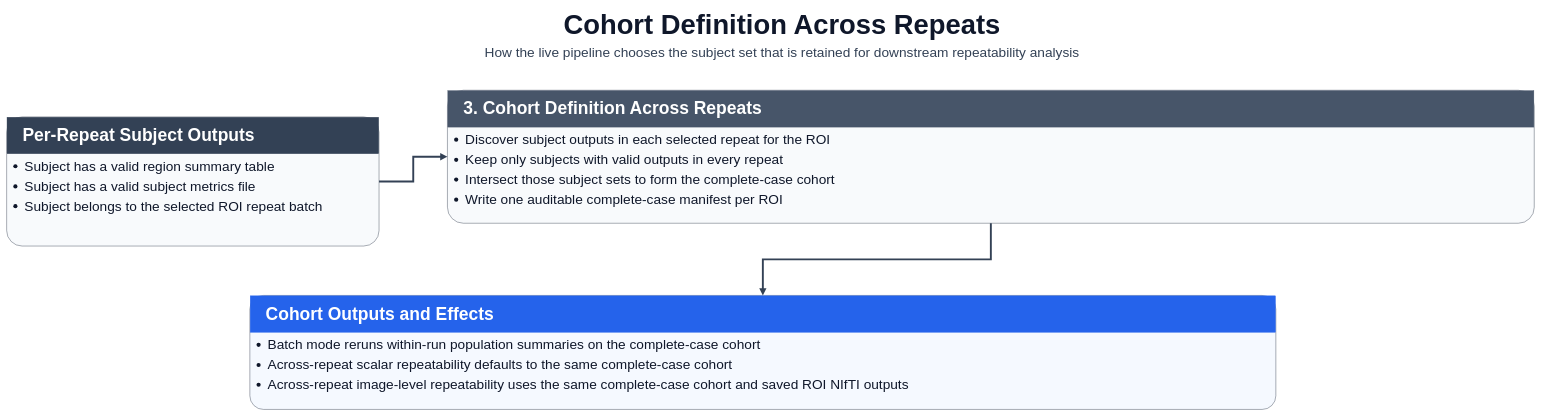
The draw.io diagram SimNIBS/Scripts/CamCan_Experiment/docs/post_pipeline_metric_flowchart_cohort_definition_across_repeats.drawio in DFrogBinder/TI_Pipeline, before the edit. Source tidied: cells renumbered, new cells numbered last; positions are measured from the earlier drawing's top-left corner, leaving out a move shared by most shapes. Both pictures are drawn from the tidied source at 38%, with x=0, y=0 at pixel (6, 6).
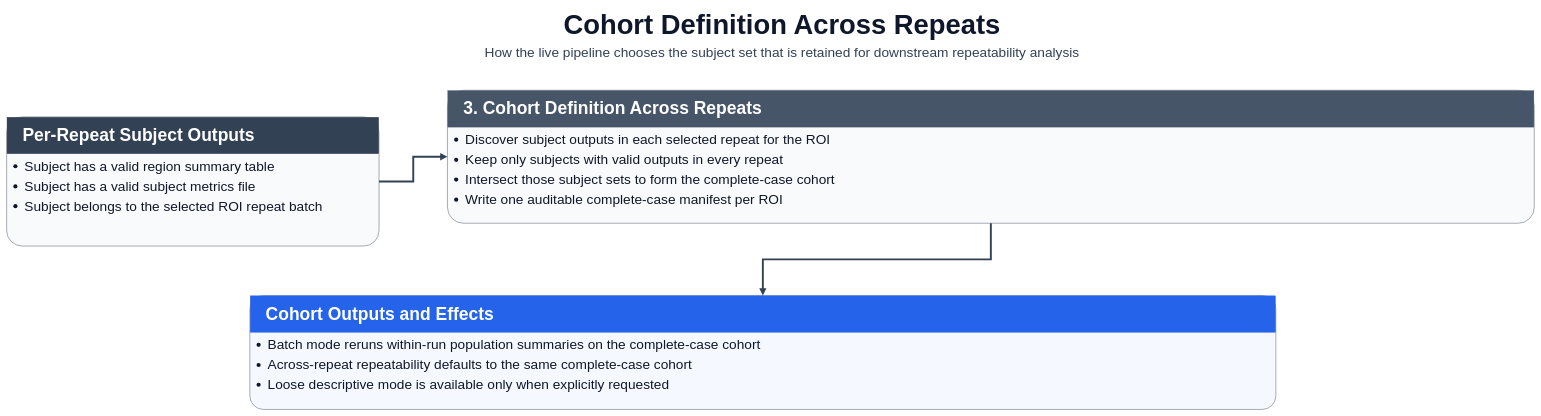
The same page after the edit.

Commit message (it also covers changes not shown here):
various edits to the flowchart

Change to the diagram source:
```diff
@@
 <mxGraphModel>
   <root>
     <mxCell id="0" />
     <mxCell id="1" parent="0" />
     <mxCell id="2" value="Cohort Definition Across Repeats" style="text;html=1;strokeColor=none;fillColor=none;align=center;verticalAlign=middle;fontSize=72;fontStyle=1;fontColor=#0F172A;" parent="1" vertex="1">
       <mxGeometry x="200" width="3680" height="96" as="geometry" />
     </mxCell>
     <mxCell id="3" value="How the live pipeline chooses the subject set that is retained for downstream repeatability analysis" style="text;html=1;strokeColor=none;fillColor=none;align=center;verticalAlign=middle;fontSize=36;fontColor=#334155;" parent="1" vertex="1">
       <mxGeometry x="100" y="92" width="3880" height="56" as="geometry" />
     </mxCell>
     <mxCell id="4" style="rounded=1;arcSize=12;whiteSpace=wrap;html=1;fillColor=#F8FAFC;strokeColor=#1E293B;" parent="1" vertex="1">
       <mxGeometry y="290" width="980" height="340" as="geometry" />
     </mxCell>
     <mxCell id="5" style="rounded=0;whiteSpace=wrap;html=1;fillColor=#334155;strokeColor=#334155;" parent="1" vertex="1">
       <mxGeometry x="1" y="291" width="978" height="96" as="geometry" />
     </mxCell>
     <mxCell id="6" value="Per-Repeat Subject Outputs" style="text;html=1;strokeColor=none;fillColor=none;align=left;verticalAlign=middle;spacingLeft=30;fontSize=46;fontStyle=1;fontColor=#FFFFFF;" parent="1" vertex="1">
       <mxGeometry x="10" y="308" width="960" height="60" as="geometry" />
     </mxCell>
     <mxCell id="7" value="&lt;div style='font-size:36px;line-height:1.24;color:#0F172A;'&gt;&lt;ul style='margin:4px 0 0 22px;padding-left:24px;'&gt;&lt;li style='margin:0 0 8px 0;'&gt;Subject has a valid region summary table&lt;/li&gt;&lt;li style='margin:0 0 8px 0;'&gt;Subject has a valid subject metrics file&lt;/li&gt;&lt;li style='margin:0 0 8px 0;'&gt;Subject belongs to the selected ROI repeat batch&lt;/li&gt;&lt;/ul&gt;&lt;/div&gt;" style="text;html=1;whiteSpace=wrap;align=left;verticalAlign=top;spacingLeft=24;spacingRight=24;spacingTop=14;strokeColor=none;fillColor=none;fontSize=36;fontColor=#0F172A;overflow=fill;" parent="1" vertex="1">
       <mxGeometry x="1" y="394" width="978" height="234" as="geometry" />
     </mxCell>
     <mxCell id="8" style="rounded=1;arcSize=12;whiteSpace=wrap;html=1;fillColor=#F8FAFC;strokeColor=#1E293B;" parent="1" vertex="1">
       <mxGeometry x="1160" y="220" width="2860" height="350" as="geometry" />
     </mxCell>
     <mxCell id="9" style="rounded=0;whiteSpace=wrap;html=1;fillColor=#475569;strokeColor=#475569;" parent="1" vertex="1">
       <mxGeometry x="1161" y="221" width="2858" height="96" as="geometry" />
     </mxCell>
     <mxCell id="10" value="3. Cohort Definition Across Repeats" style="text;html=1;strokeColor=none;fillColor=none;align=left;verticalAlign=middle;spacingLeft=30;fontSize=46;fontStyle=1;fontColor=#FFFFFF;" parent="1" vertex="1">
       <mxGeometry x="1170" y="238" width="2840" height="60" as="geometry" />
     </mxCell>
     <mxCell id="11" value="&lt;div style='font-size:36px;line-height:1.24;color:#0F172A;'&gt;&lt;ul style='margin:4px 0 0 22px;padding-left:24px;'&gt;&lt;li style='margin:0 0 8px 0;'&gt;Discover subject outputs in each selected repeat for the ROI&lt;/li&gt;&lt;li style='margin:0 0 8px 0;'&gt;Keep only subjects with valid outputs in every repeat&lt;/li&gt;&lt;li style='margin:0 0 8px 0;'&gt;Intersect those subject sets to form the complete-case cohort&lt;/li&gt;&lt;li style='margin:0 0 8px 0;'&gt;Write one auditable complete-case manifest per ROI&lt;/li&gt;&lt;/ul&gt;&lt;/div&gt;" style="text;html=1;whiteSpace=wrap;align=left;verticalAlign=top;spacingLeft=24;spacingRight=24;spacingTop=14;strokeColor=none;fillColor=none;fontSize=36;fontColor=#0F172A;overflow=fill;" parent="1" vertex="1">
       <mxGeometry x="1161" y="324" width="2858" height="244" as="geometry" />
     </mxCell>
     <mxCell id="12" style="rounded=1;arcSize=12;whiteSpace=wrap;html=1;fillColor=#F5F9FF;strokeColor=#1E293B;" parent="1" vertex="1">
       <mxGeometry x="640" y="760" width="2700" height="300" as="geometry" />
     </mxCell>
     <mxCell id="13" style="rounded=0;whiteSpace=wrap;html=1;fillColor=#2563EB;strokeColor=#2563EB;" parent="1" vertex="1">
       <mxGeometry x="641" y="761" width="2698" height="96" as="geometry" />
     </mxCell>
     <mxCell id="14" value="Cohort Outputs and Effects" style="text;html=1;strokeColor=none;fillColor=none;align=left;verticalAlign=middle;spacingLeft=30;fontSize=46;fontStyle=1;fontColor=#FFFFFF;" parent="1" vertex="1">
       <mxGeometry x="650" y="778" width="2680" height="60" as="geometry" />
     </mxCell>
-    <mxCell id="15" value="&lt;div style='font-size:36px;line-height:1.24;color:#0F172A;'&gt;&lt;ul style='margin:4px 0 0 22px;padding-left:24px;'&gt;&lt;li style='margin:0 0 8px 0;'&gt;Batch mode reruns within-run population summaries on the complete-case cohort&lt;/li&gt;&lt;li style='margin:0 0 8px 0;'&gt;Across-repeat scalar repeatability defaults to the same complete-case cohort&lt;/li&gt;&lt;li style='margin:0 0 8px 0;'&gt;Across-repeat image-level repeatability uses the same complete-case cohort and saved ROI NIfTI outputs&lt;/li&gt;&lt;/ul&gt;&lt;/div&gt;" style="text;html=1;whiteSpace=wrap;align=left;verticalAlign=top;spacingLeft=24;spacingRight=24;spacingTop=14;strokeColor=none;fillColor=none;fontSize=36;fontColor=#0F172A;overflow=fill;" parent="1" vertex="1">
+    <mxCell id="15" value="&lt;div style='font-size:36px;line-height:1.24;color:#0F172A;'&gt;&lt;ul style='margin:4px 0 0 22px;padding-left:24px;'&gt;&lt;li style='margin:0 0 8px 0;'&gt;Batch mode reruns within-run population summaries on the complete-case cohort&lt;/li&gt;&lt;li style='margin:0 0 8px 0;'&gt;Across-repeat repeatability defaults to the same complete-case cohort&lt;/li&gt;&lt;li style='margin:0 0 8px 0;'&gt;Loose descriptive mode is available only when explicitly requested&lt;/li&gt;&lt;/ul&gt;&lt;/div&gt;" style="text;html=1;whiteSpace=wrap;align=left;verticalAlign=top;spacingLeft=24;spacingRight=24;spacingTop=14;strokeColor=none;fillColor=none;fontSize=36;fontColor=#0F172A;overflow=fill;" parent="1" vertex="1">
       <mxGeometry x="641" y="864" width="2698" height="194" as="geometry" />
     </mxCell>
     <mxCell id="16" style="edgeStyle=orthogonalEdgeStyle;rounded=0;jettySize=auto;html=1;strokeColor=#334155;strokeWidth=5;endArrow=block;endFill=1;exitX=1.0;exitY=0.5;entryX=0.0;entryY=0.5;" parent="1" edge="1" source="4" target="8">
       <mxGeometry relative="1" as="geometry" />
     </mxCell>
     <mxCell id="17" style="edgeStyle=orthogonalEdgeStyle;rounded=0;jettySize=auto;html=1;strokeColor=#334155;strokeWidth=5;endArrow=block;endFill=1;exitX=0.5;exitY=1.0;entryX=0.5;entryY=0.0;" parent="1" edge="1" source="8" target="12">
       <mxGeometry relative="1" as="geometry" />
     </mxCell>
   </root>
 </mxGraphModel>
```
